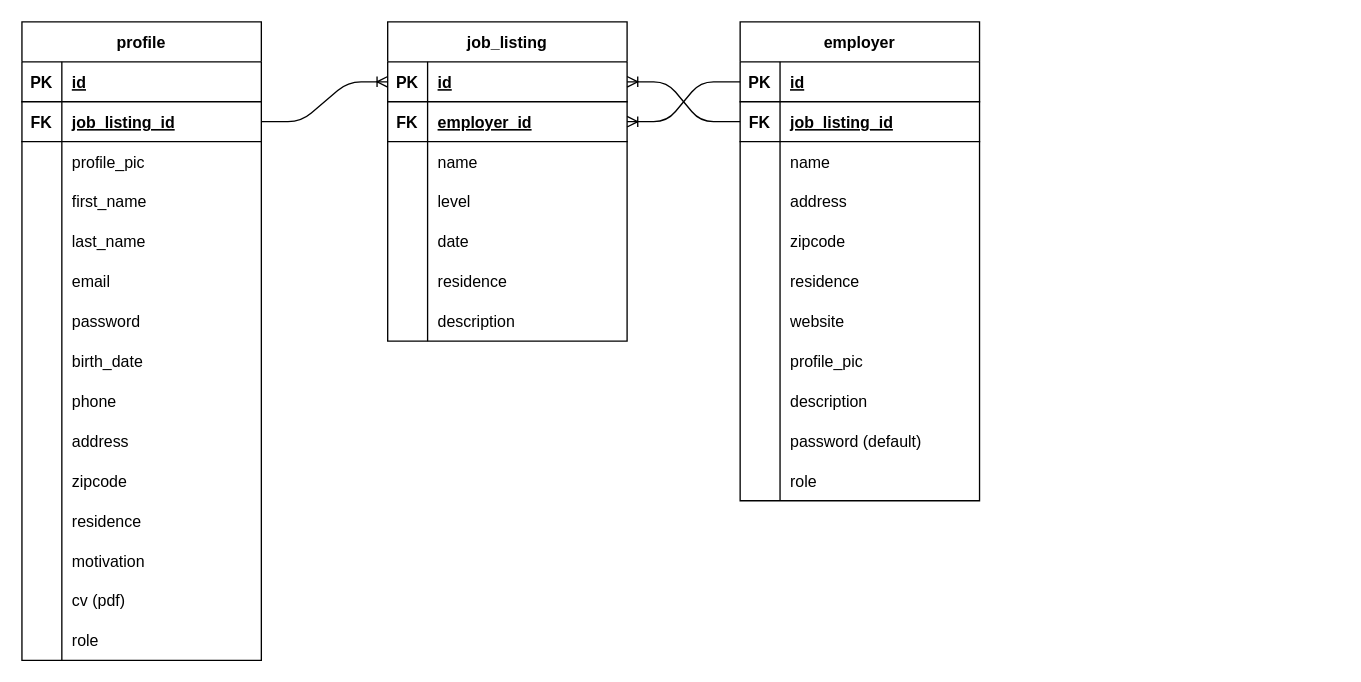
vincentlemstra/VacIT keeps this draw.io diagram as assets/data/ERD.drawio. Above is the earlier version. Source tidied: cells renumbered, new cells numbered last; positions are measured from the earlier drawing's top-left corner, leaving out a move shared by most shapes. Both pictures are drawn from the tidied source at 133%, with x=0, y=0 at pixel (21, 21).
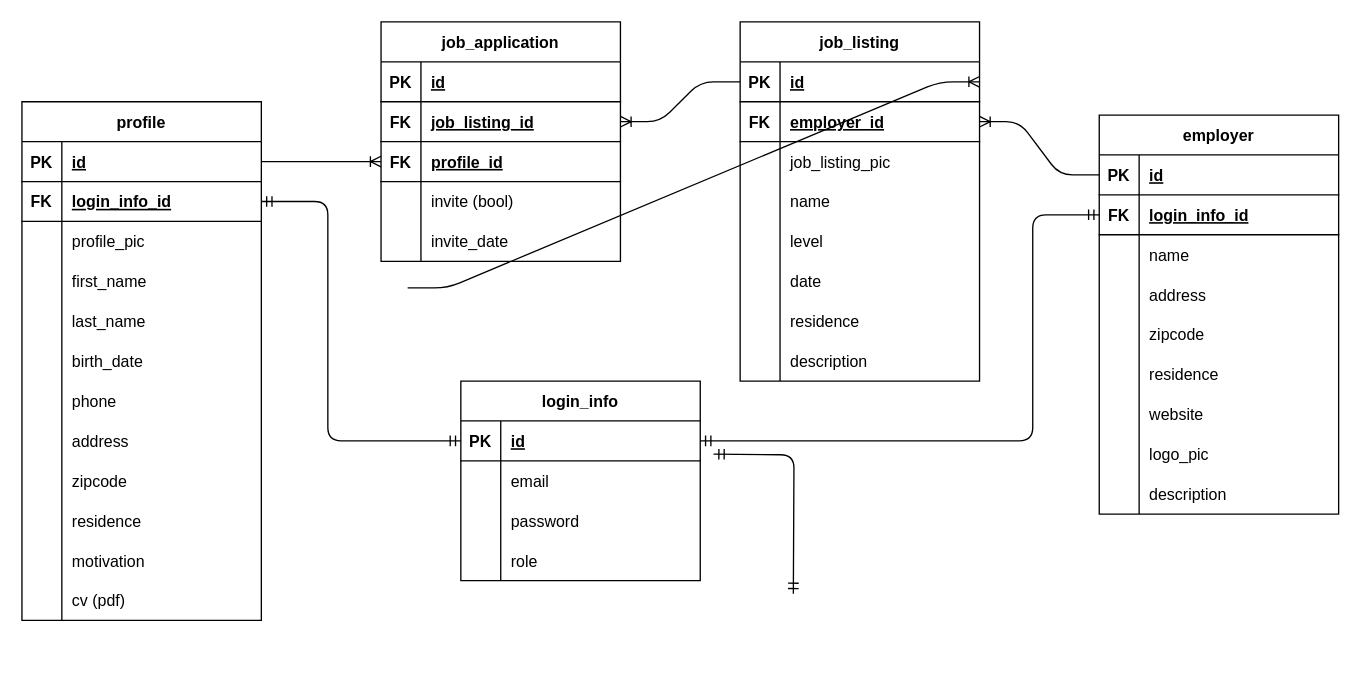
Above is the later version.

The change refers to these unchanged cells:
```xml
<mxCell id="3" style="shape=tableRow;horizontal=0;startSize=0;swimlaneHead=0;swimlaneBody=0;fillColor=none;points=[[0,0.5],[1,0.5]];portConstraint=eastwest;top=0;left=0;right=0;bottom=1;" parent="2" vertex="1">
  <mxGeometry y="30" width="180" height="30" as="geometry" />
</mxCell>
<mxCell id="70" style="shape=tableRow;horizontal=0;startSize=0;swimlaneHead=0;swimlaneBody=0;fillColor=none;top=0;left=0;right=0;bottom=0;" parent="48" vertex="1">
  <mxGeometry y="240" width="180" height="30" as="geometry" />
</mxCell>
<mxCell id="83" style="shape=tableRow;horizontal=0;startSize=0;swimlaneHead=0;swimlaneBody=0;fillColor=none;points=[[0,0.5],[1,0.5]];portConstraint=eastwest;top=0;left=0;right=0;bottom=1;" parent="82" vertex="1">
  <mxGeometry y="30" width="180" height="30" as="geometry" />
</mxCell>
<mxCell id="89" style="shape=tableRow;horizontal=0;startSize=0;swimlaneHead=0;swimlaneBody=0;fillColor=none;top=0;left=0;right=0;bottom=0;" parent="82" vertex="1">
  <mxGeometry y="90" width="180" height="30" as="geometry" />
</mxCell>
```

The edit, as a diff of the source:
```diff
@@
     <mxCell id="2" value="profile" style="shape=table;startSize=30;childLayout=tableLayout;rowLines=0;fontStyle=1;align=center;" parent="1" vertex="1">
-      <mxGeometry width="180" height="480" as="geometry" />
+      <mxGeometry y="60" width="180" height="390" as="geometry" />
     </mxCell>
@@
-    <mxCell id="6" style="shape=tableRow;horizontal=0;startSize=0;swimlaneHead=0;swimlaneBody=0;fillColor=none;points=[[0,0.5],[1,0.5]];portConstraint=eastwest;top=0;left=0;right=0;bottom=1;" parent="2" vertex="1">
-      <mxGeometry y="60" width="180" height="30" as="geometry" />
-    </mxCell>
-    <mxCell id="7" value="FK" style="shape=partialRectangle;fillColor=none;top=0;left=0;bottom=0;right=0;fontStyle=1;overflow=hidden;" parent="6" vertex="1">
-      <mxGeometry width="30" height="30" as="geometry" />
-    </mxCell>
-    <mxCell id="8" value="job_listing_id" style="shape=partialRectangle;fillColor=none;top=0;left=0;bottom=0;right=0;align=left;spacingLeft=6;fontStyle=5;overflow=hidden;" parent="6" vertex="1">
-      <mxGeometry x="30" width="150" height="30" as="geometry" />
-    </mxCell>
+    <mxCell id="107" style="shape=tableRow;horizontal=0;startSize=0;swimlaneHead=0;swimlaneBody=0;fillColor=none;points=[[0,0.5],[1,0.5]];portConstraint=eastwest;top=0;left=0;right=0;bottom=1;" parent="2" vertex="1">
+      <mxGeometry y="60" width="180" height="30" as="geometry" />
+    </mxCell>
+    <mxCell id="108" value="FK" style="shape=partialRectangle;fillColor=none;top=0;left=0;bottom=0;right=0;fontStyle=1;overflow=hidden;" parent="107" vertex="1">
+      <mxGeometry width="30" height="30" as="geometry" />
+    </mxCell>
+    <mxCell id="109" value="login_info_id" style="shape=partialRectangle;fillColor=none;top=0;left=0;bottom=0;right=0;align=left;spacingLeft=6;fontStyle=5;overflow=hidden;" parent="107" vertex="1">
+      <mxGeometry x="30" width="150" height="30" as="geometry" />
+    </mxCell>
@@
-    <mxCell id="18" style="shape=tableRow;horizontal=0;startSize=0;swimlaneHead=0;swimlaneBody=0;fillColor=none;top=0;left=0;right=0;bottom=0;" parent="2" vertex="1">
-      <mxGeometry y="180" width="180" height="30" as="geometry" />
-    </mxCell>
-    <mxCell id="19" style="shape=partialRectangle;fillColor=none;top=0;left=0;bottom=0;right=0;overflow=hidden;" parent="18" vertex="1">
-      <mxGeometry width="30" height="30" as="geometry" />
-    </mxCell>
-    <mxCell id="20" value="email" style="shape=partialRectangle;fillColor=none;top=0;left=0;bottom=0;right=0;align=left;spacingLeft=6;overflow=hidden;" parent="18" vertex="1">
-      <mxGeometry x="30" width="150" height="30" as="geometry" />
-    </mxCell>
-    <mxCell id="21" style="shape=tableRow;horizontal=0;startSize=0;swimlaneHead=0;swimlaneBody=0;fillColor=none;top=0;left=0;right=0;bottom=0;" parent="2" vertex="1">
-      <mxGeometry y="210" width="180" height="30" as="geometry" />
-    </mxCell>
-    <mxCell id="22" style="shape=partialRectangle;fillColor=none;top=0;left=0;bottom=0;right=0;overflow=hidden;" parent="21" vertex="1">
-      <mxGeometry width="30" height="30" as="geometry" />
-    </mxCell>
-    <mxCell id="23" value="password" style="shape=partialRectangle;fillColor=none;top=0;left=0;bottom=0;right=0;align=left;spacingLeft=6;overflow=hidden;" parent="21" vertex="1">
-      <mxGeometry x="30" width="150" height="30" as="geometry" />
-    </mxCell>
     <mxCell id="24" style="shape=tableRow;horizontal=0;startSize=0;swimlaneHead=0;swimlaneBody=0;fillColor=none;top=0;left=0;right=0;bottom=0;" parent="2" vertex="1">
-      <mxGeometry y="240" width="180" height="30" as="geometry" />
+      <mxGeometry y="180" width="180" height="30" as="geometry" />
     </mxCell>
@@
     <mxCell id="27" style="shape=tableRow;horizontal=0;startSize=0;swimlaneHead=0;swimlaneBody=0;fillColor=none;top=0;left=0;right=0;bottom=0;" parent="2" vertex="1">
-      <mxGeometry y="270" width="180" height="30" as="geometry" />
+      <mxGeometry y="210" width="180" height="30" as="geometry" />
     </mxCell>
@@
     <mxCell id="30" style="shape=tableRow;horizontal=0;startSize=0;swimlaneHead=0;swimlaneBody=0;fillColor=none;top=0;left=0;right=0;bottom=0;" parent="2" vertex="1">
-      <mxGeometry y="300" width="180" height="30" as="geometry" />
+      <mxGeometry y="240" width="180" height="30" as="geometry" />
     </mxCell>
@@
     <mxCell id="33" style="shape=tableRow;horizontal=0;startSize=0;swimlaneHead=0;swimlaneBody=0;fillColor=none;top=0;left=0;right=0;bottom=0;" parent="2" vertex="1">
-      <mxGeometry y="330" width="180" height="30" as="geometry" />
+      <mxGeometry y="270" width="180" height="30" as="geometry" />
     </mxCell>
@@
     <mxCell id="36" style="shape=tableRow;horizontal=0;startSize=0;swimlaneHead=0;swimlaneBody=0;fillColor=none;top=0;left=0;right=0;bottom=0;" parent="2" vertex="1">
-      <mxGeometry y="360" width="180" height="30" as="geometry" />
+      <mxGeometry y="300" width="180" height="30" as="geometry" />
     </mxCell>
@@
     <mxCell id="39" style="shape=tableRow;horizontal=0;startSize=0;swimlaneHead=0;swimlaneBody=0;fillColor=none;top=0;left=0;right=0;bottom=0;" parent="2" vertex="1">
-      <mxGeometry y="390" width="180" height="30" as="geometry" />
+      <mxGeometry y="330" width="180" height="30" as="geometry" />
     </mxCell>
@@
     <mxCell id="42" style="shape=tableRow;horizontal=0;startSize=0;swimlaneHead=0;swimlaneBody=0;fillColor=none;top=0;left=0;right=0;bottom=0;" parent="2" vertex="1">
-      <mxGeometry y="420" width="180" height="30" as="geometry" />
+      <mxGeometry y="360" width="180" height="30" as="geometry" />
     </mxCell>
@@
-    <mxCell id="45" style="shape=tableRow;horizontal=0;startSize=0;swimlaneHead=0;swimlaneBody=0;fillColor=none;top=0;left=0;right=0;bottom=0;" parent="2" vertex="1">
-      <mxGeometry y="450" width="180" height="30" as="geometry" />
-    </mxCell>
-    <mxCell id="46" style="shape=partialRectangle;fillColor=none;top=0;left=0;bottom=0;right=0;overflow=hidden;" parent="45" vertex="1">
-      <mxGeometry width="30" height="30" as="geometry" />
-    </mxCell>
-    <mxCell id="47" value="role" style="shape=partialRectangle;fillColor=none;top=0;left=0;bottom=0;right=0;align=left;spacingLeft=6;overflow=hidden;" parent="45" vertex="1">
-      <mxGeometry x="30" width="150" height="30" as="geometry" />
-    </mxCell>
     <mxCell id="48" value="employer" style="shape=table;startSize=30;childLayout=tableLayout;rowLines=0;fontStyle=1;align=center;" parent="1" vertex="1">
-      <mxGeometry x="540" width="180" height="360" as="geometry" />
+      <mxGeometry x="810" y="70" width="180" height="300" as="geometry" />
     </mxCell>
@@
-    <mxCell id="52" style="shape=tableRow;horizontal=0;startSize=0;swimlaneHead=0;swimlaneBody=0;fillColor=none;points=[[0,0.5],[1,0.5]];portConstraint=eastwest;top=0;left=0;right=0;bottom=1;" parent="48" vertex="1">
-      <mxGeometry y="60" width="180" height="30" as="geometry" />
-    </mxCell>
-    <mxCell id="53" value="FK" style="shape=partialRectangle;fillColor=none;top=0;left=0;bottom=0;right=0;fontStyle=1;overflow=hidden;" parent="52" vertex="1">
-      <mxGeometry width="30" height="30" as="geometry" />
-    </mxCell>
-    <mxCell id="54" value="job_listing_id" style="shape=partialRectangle;fillColor=none;top=0;left=0;bottom=0;right=0;align=left;spacingLeft=6;fontStyle=5;overflow=hidden;" parent="52" vertex="1">
-      <mxGeometry x="30" width="150" height="30" as="geometry" />
-    </mxCell>
+    <mxCell id="110" style="shape=tableRow;horizontal=0;startSize=0;swimlaneHead=0;swimlaneBody=0;fillColor=none;points=[[0,0.5],[1,0.5]];portConstraint=eastwest;top=0;left=0;right=0;bottom=1;" parent="48" vertex="1">
+      <mxGeometry y="60" width="180" height="30" as="geometry" />
+    </mxCell>
+    <mxCell id="111" value="FK" style="shape=partialRectangle;fillColor=none;top=0;left=0;bottom=0;right=0;fontStyle=1;overflow=hidden;" parent="110" vertex="1">
+      <mxGeometry width="30" height="30" as="geometry" />
+    </mxCell>
+    <mxCell id="112" value="login_info_id" style="shape=partialRectangle;fillColor=none;top=0;left=0;bottom=0;right=0;align=left;spacingLeft=6;fontStyle=5;overflow=hidden;" parent="110" vertex="1">
+      <mxGeometry x="30" width="150" height="30" as="geometry" />
+    </mxCell>
@@
-    <mxCell id="72" value="profile_pic" style="shape=partialRectangle;fillColor=none;top=0;left=0;bottom=0;right=0;align=left;spacingLeft=6;overflow=hidden;" parent="70" vertex="1">
+    <mxCell id="72" value="logo_pic" style="shape=partialRectangle;fillColor=none;top=0;left=0;bottom=0;right=0;align=left;spacingLeft=6;overflow=hidden;" parent="70" vertex="1">
       <mxGeometry x="30" width="150" height="30" as="geometry" />
     </mxCell>
@@
-    <mxCell id="76" style="shape=tableRow;horizontal=0;startSize=0;swimlaneHead=0;swimlaneBody=0;fillColor=none;top=0;left=0;right=0;bottom=0;" parent="48" vertex="1">
-      <mxGeometry y="300" width="180" height="30" as="geometry" />
-    </mxCell>
-    <mxCell id="77" style="shape=partialRectangle;fillColor=none;top=0;left=0;bottom=0;right=0;overflow=hidden;" parent="76" vertex="1">
-      <mxGeometry width="30" height="30" as="geometry" />
-    </mxCell>
-    <mxCell id="78" value="password (default)" style="shape=partialRectangle;fillColor=none;top=0;left=0;bottom=0;right=0;align=left;spacingLeft=6;overflow=hidden;" parent="76" vertex="1">
-      <mxGeometry x="30" width="150" height="30" as="geometry" />
-    </mxCell>
-    <mxCell id="79" style="shape=tableRow;horizontal=0;startSize=0;swimlaneHead=0;swimlaneBody=0;fillColor=none;top=0;left=0;right=0;bottom=0;" parent="48" vertex="1">
-      <mxGeometry y="330" width="180" height="30" as="geometry" />
-    </mxCell>
-    <mxCell id="80" style="shape=partialRectangle;fillColor=none;top=0;left=0;bottom=0;right=0;overflow=hidden;" parent="79" vertex="1">
-      <mxGeometry width="30" height="30" as="geometry" />
-    </mxCell>
-    <mxCell id="81" value="role" style="shape=partialRectangle;fillColor=none;top=0;left=0;bottom=0;right=0;align=left;spacingLeft=6;overflow=hidden;" parent="79" vertex="1">
-      <mxGeometry x="30" width="150" height="30" as="geometry" />
-    </mxCell>
     <mxCell id="82" value="job_listing" style="shape=table;startSize=30;childLayout=tableLayout;rowLines=0;fontStyle=1;align=center;" parent="1" vertex="1">
-      <mxGeometry x="275" width="180" height="240" as="geometry" />
+      <mxGeometry x="540" width="180" height="270" as="geometry" />
     </mxCell>
@@
-    <mxCell id="91" value="name" style="shape=partialRectangle;fillColor=none;top=0;left=0;bottom=0;right=0;align=left;spacingLeft=6;overflow=hidden;" parent="89" vertex="1">
+    <mxCell id="91" value="job_listing_pic" style="shape=partialRectangle;fillColor=none;top=0;left=0;bottom=0;right=0;align=left;spacingLeft=6;overflow=hidden;" parent="89" vertex="1">
       <mxGeometry x="30" width="150" height="30" as="geometry" />
     </mxCell>
+    <mxCell id="113" style="shape=tableRow;horizontal=0;startSize=0;swimlaneHead=0;swimlaneBody=0;fillColor=none;top=0;left=0;right=0;bottom=0;" parent="82" vertex="1">
+      <mxGeometry y="120" width="180" height="30" as="geometry" />
+    </mxCell>
+    <mxCell id="114" style="shape=partialRectangle;fillColor=none;top=0;left=0;bottom=0;right=0;overflow=hidden;" parent="113" vertex="1">
+      <mxGeometry width="30" height="30" as="geometry" />
+    </mxCell>
+    <mxCell id="115" value="name" style="shape=partialRectangle;fillColor=none;top=0;left=0;bottom=0;right=0;align=left;spacingLeft=6;overflow=hidden;" parent="113" vertex="1">
+      <mxGeometry x="30" width="150" height="30" as="geometry" />
+    </mxCell>
     <mxCell id="92" style="shape=tableRow;horizontal=0;startSize=0;swimlaneHead=0;swimlaneBody=0;fillColor=none;top=0;left=0;right=0;bottom=0;" parent="82" vertex="1">
-      <mxGeometry y="120" width="180" height="30" as="geometry" />
+      <mxGeometry y="150" width="180" height="30" as="geometry" />
     </mxCell>
@@
     <mxCell id="95" style="shape=tableRow;horizontal=0;startSize=0;swimlaneHead=0;swimlaneBody=0;fillColor=none;top=0;left=0;right=0;bottom=0;" parent="82" vertex="1">
-      <mxGeometry y="150" width="180" height="30" as="geometry" />
+      <mxGeometry y="180" width="180" height="30" as="geometry" />
     </mxCell>
@@
     <mxCell id="98" style="shape=tableRow;horizontal=0;startSize=0;swimlaneHead=0;swimlaneBody=0;fillColor=none;top=0;left=0;right=0;bottom=0;" parent="82" vertex="1">
-      <mxGeometry y="180" width="180" height="30" as="geometry" />
+      <mxGeometry y="210" width="180" height="30" as="geometry" />
     </mxCell>
@@
     <mxCell id="101" style="shape=tableRow;horizontal=0;startSize=0;swimlaneHead=0;swimlaneBody=0;fillColor=none;top=0;left=0;right=0;bottom=0;" parent="82" vertex="1">
-      <mxGeometry y="210" width="180" height="30" as="geometry" />
+      <mxGeometry y="240" width="180" height="30" as="geometry" />
     </mxCell>
@@
-    <mxCell id="104" style="edgeStyle=entityRelationEdgeStyle;fontSize=12;html=1;endArrow=ERoneToMany;exitX=1;exitY=0.5;exitDx=0;exitDy=0;entryX=0;entryY=0.5;entryDx=0;entryDy=0;" parent="1" edge="1" source="6" target="83">
-      <mxGeometry relative="1" as="geometry" />
-    </mxCell>
-    <mxCell id="105" style="edgeStyle=entityRelationEdgeStyle;fontSize=12;html=1;endArrow=ERoneToMany;exitX=0;exitY=0.5;exitDx=0;exitDy=0;entryX=1;entryY=0.5;entryDx=0;entryDy=0;" parent="1" edge="1" source="52" target="83">
-      <mxGeometry relative="1" as="geometry" />
+    <mxCell id="105" style="edgeStyle=entityRelationEdgeStyle;fontSize=12;html=1;endArrow=ERoneToMany;exitX=0;exitY=0.5;exitDx=0;exitDy=0;entryX=1;entryY=0.5;entryDx=0;entryDy=0;" parent="1" edge="1" target="83">
+      <mxGeometry relative="1" as="geometry">
+        <mxPoint x="290" y="200" as="sourcePoint" />
+      </mxGeometry>
     </mxCell>
@@
+    <mxCell id="116" value="job_application" style="shape=table;startSize=30;childLayout=tableLayout;rowLines=0;fontStyle=1;align=center;" parent="1" vertex="1">
+      <mxGeometry x="270" width="180" height="180" as="geometry" />
+    </mxCell>
+    <mxCell id="117" style="shape=tableRow;horizontal=0;startSize=0;swimlaneHead=0;swimlaneBody=0;fillColor=none;top=0;left=0;right=0;bottom=1;" parent="116" vertex="1">
+      <mxGeometry y="30" width="180" height="30" as="geometry" />
+    </mxCell>
+    <mxCell id="118" value="PK" style="shape=partialRectangle;fillColor=none;top=0;left=0;bottom=0;right=0;fontStyle=1;overflow=hidden;" parent="117" vertex="1">
+      <mxGeometry width="30" height="30" as="geometry" />
+    </mxCell>
+    <mxCell id="119" value="id" style="shape=partialRectangle;fillColor=none;top=0;left=0;bottom=0;right=0;align=left;spacingLeft=6;fontStyle=5;overflow=hidden;" parent="117" vertex="1">
+      <mxGeometry x="30" width="150" height="30" as="geometry" />
+    </mxCell>
+    <mxCell id="120" style="shape=tableRow;horizontal=0;startSize=0;swimlaneHead=0;swimlaneBody=0;fillColor=none;points=[[0,0.5],[1,0.5]];portConstraint=eastwest;top=0;left=0;right=0;bottom=1;" parent="116" vertex="1">
+      <mxGeometry y="60" width="180" height="30" as="geometry" />
+    </mxCell>
+    <mxCell id="121" value="FK" style="shape=partialRectangle;fillColor=none;top=0;left=0;bottom=0;right=0;fontStyle=1;overflow=hidden;" parent="120" vertex="1">
+      <mxGeometry width="30" height="30" as="geometry" />
+    </mxCell>
+    <mxCell id="122" value="job_listing_id" style="shape=partialRectangle;fillColor=none;top=0;left=0;bottom=0;right=0;align=left;spacingLeft=6;fontStyle=5;overflow=hidden;" parent="120" vertex="1">
+      <mxGeometry x="30" width="150" height="30" as="geometry" />
+    </mxCell>
+    <mxCell id="123" style="shape=tableRow;horizontal=0;startSize=0;swimlaneHead=0;swimlaneBody=0;fillColor=none;points=[[0,0.5],[1,0.5]];portConstraint=eastwest;top=0;left=0;right=0;bottom=1;" parent="116" vertex="1">
+      <mxGeometry y="90" width="180" height="30" as="geometry" />
+    </mxCell>
+    <mxCell id="124" value="FK" style="shape=partialRectangle;fillColor=none;top=0;left=0;bottom=0;right=0;fontStyle=1;overflow=hidden;" parent="123" vertex="1">
+      <mxGeometry width="30" height="30" as="geometry" />
+    </mxCell>
+    <mxCell id="125" value="profile_id" style="shape=partialRectangle;fillColor=none;top=0;left=0;bottom=0;right=0;align=left;spacingLeft=6;fontStyle=5;overflow=hidden;" parent="123" vertex="1">
+      <mxGeometry x="30" width="150" height="30" as="geometry" />
+    </mxCell>
+    <mxCell id="126" style="shape=tableRow;horizontal=0;startSize=0;swimlaneHead=0;swimlaneBody=0;fillColor=none;top=0;left=0;right=0;bottom=0;" parent="116" vertex="1">
+      <mxGeometry y="120" width="180" height="30" as="geometry" />
+    </mxCell>
+    <mxCell id="127" style="shape=partialRectangle;fillColor=none;top=0;left=0;bottom=0;right=0;overflow=hidden;" parent="126" vertex="1">
+      <mxGeometry width="30" height="30" as="geometry" />
+    </mxCell>
+    <mxCell id="128" value="invite (bool)" style="shape=partialRectangle;fillColor=none;top=0;left=0;bottom=0;right=0;align=left;spacingLeft=6;overflow=hidden;" parent="126" vertex="1">
+      <mxGeometry x="30" width="150" height="30" as="geometry" />
+    </mxCell>
+    <mxCell id="129" style="shape=tableRow;horizontal=0;startSize=0;swimlaneHead=0;swimlaneBody=0;fillColor=none;top=0;left=0;right=0;bottom=0;" parent="116" vertex="1">
+      <mxGeometry y="150" width="180" height="30" as="geometry" />
+    </mxCell>
+    <mxCell id="130" style="shape=partialRectangle;fillColor=none;top=0;left=0;bottom=0;right=0;overflow=hidden;" parent="129" vertex="1">
+      <mxGeometry width="30" height="30" as="geometry" />
+    </mxCell>
+    <mxCell id="131" value="invite_date" style="shape=partialRectangle;fillColor=none;top=0;left=0;bottom=0;right=0;align=left;spacingLeft=6;overflow=hidden;" parent="129" vertex="1">
+      <mxGeometry x="30" width="150" height="30" as="geometry" />
+    </mxCell>
+    <mxCell id="132" style="edgeStyle=entityRelationEdgeStyle;fontSize=12;html=1;endArrow=ERoneToMany;exitX=1;exitY=0.5;exitDx=0;exitDy=0;entryX=0;entryY=0.5;entryDx=0;entryDy=0;" parent="1" edge="1" source="3" target="123">
+      <mxGeometry relative="1" as="geometry" />
+    </mxCell>
+    <mxCell id="133" style="edgeStyle=entityRelationEdgeStyle;fontSize=12;html=1;endArrow=ERoneToMany;exitX=0;exitY=0.5;exitDx=0;exitDy=0;entryX=1;entryY=0.5;entryDx=0;entryDy=0;" parent="1" edge="1" source="83" target="120">
+      <mxGeometry relative="1" as="geometry" />
+    </mxCell>
+    <mxCell id="134" value="login_info" style="shape=table;startSize=30;childLayout=tableLayout;rowLines=0;fontStyle=1;align=center;" parent="1" vertex="1">
+      <mxGeometry x="330" y="270" width="180" height="150" as="geometry" />
+    </mxCell>
+    <mxCell id="135" style="shape=tableRow;horizontal=0;startSize=0;swimlaneHead=0;swimlaneBody=0;fillColor=none;points=[[0,0.5],[1,0.5]];portConstraint=eastwest;top=0;left=0;right=0;bottom=1;" parent="134" vertex="1">
+      <mxGeometry y="30" width="180" height="30" as="geometry" />
+    </mxCell>
+    <mxCell id="136" value="PK" style="shape=partialRectangle;fillColor=none;top=0;left=0;bottom=0;right=0;fontStyle=1;overflow=hidden;" parent="135" vertex="1">
+      <mxGeometry width="30" height="30" as="geometry" />
+    </mxCell>
+    <mxCell id="137" value="id" style="shape=partialRectangle;fillColor=none;top=0;left=0;bottom=0;right=0;align=left;spacingLeft=6;fontStyle=5;overflow=hidden;" parent="135" vertex="1">
+      <mxGeometry x="30" width="150" height="30" as="geometry" />
+    </mxCell>
+    <mxCell id="138" style="shape=tableRow;horizontal=0;startSize=0;swimlaneHead=0;swimlaneBody=0;fillColor=none;top=0;left=0;right=0;bottom=0;" parent="134" vertex="1">
+      <mxGeometry y="60" width="180" height="30" as="geometry" />
+    </mxCell>
+    <mxCell id="139" style="shape=partialRectangle;fillColor=none;top=0;left=0;bottom=0;right=0;overflow=hidden;" parent="138" vertex="1">
+      <mxGeometry width="30" height="30" as="geometry" />
+    </mxCell>
+    <mxCell id="20" value="email" style="shape=partialRectangle;fillColor=none;top=0;left=0;bottom=0;right=0;align=left;spacingLeft=6;overflow=hidden;" parent="138" vertex="1">
+      <mxGeometry x="30" width="150" height="30" as="geometry" />
+    </mxCell>
+    <mxCell id="140" style="shape=tableRow;horizontal=0;startSize=0;swimlaneHead=0;swimlaneBody=0;fillColor=none;top=0;left=0;right=0;bottom=0;" parent="134" vertex="1">
+      <mxGeometry y="90" width="180" height="30" as="geometry" />
+    </mxCell>
+    <mxCell id="141" style="shape=partialRectangle;fillColor=none;top=0;left=0;bottom=0;right=0;overflow=hidden;" parent="140" vertex="1">
+      <mxGeometry width="30" height="30" as="geometry" />
+    </mxCell>
+    <mxCell id="23" value="password" style="shape=partialRectangle;fillColor=none;top=0;left=0;bottom=0;right=0;align=left;spacingLeft=6;overflow=hidden;" parent="140" vertex="1">
+      <mxGeometry x="30" width="150" height="30" as="geometry" />
+    </mxCell>
+    <mxCell id="142" style="shape=tableRow;horizontal=0;startSize=0;swimlaneHead=0;swimlaneBody=0;fillColor=none;top=0;left=0;right=0;bottom=0;" parent="134" vertex="1">
+      <mxGeometry y="120" width="180" height="30" as="geometry" />
+    </mxCell>
+    <mxCell id="143" style="shape=partialRectangle;fillColor=none;top=0;left=0;bottom=0;right=0;overflow=hidden;" parent="142" vertex="1">
+      <mxGeometry width="30" height="30" as="geometry" />
+    </mxCell>
+    <mxCell id="144" value="role" style="shape=partialRectangle;fillColor=none;top=0;left=0;bottom=0;right=0;align=left;spacingLeft=6;overflow=hidden;" parent="142" vertex="1">
+      <mxGeometry x="30" width="150" height="30" as="geometry" />
+    </mxCell>
+    <mxCell id="145" style="edgeStyle=orthogonalEdgeStyle;fontSize=12;html=1;endArrow=ERmandOne;startArrow=ERmandOne;exitX=1;exitY=0.5;exitDx=0;exitDy=0;entryX=0;entryY=0.5;entryDx=0;entryDy=0;" parent="1" edge="1" source="107" target="135">
+      <mxGeometry relative="1" as="geometry">
+        <Array as="points">
+          <mxPoint x="230" y="135" />
+          <mxPoint x="230" y="315" />
+        </Array>
+      </mxGeometry>
+    </mxCell>
+    <mxCell id="146" style="edgeStyle=orthogonalEdgeStyle;fontSize=12;html=1;endArrow=ERmandOne;startArrow=ERmandOne;entryX=0;entryY=0.5;entryDx=0;entryDy=0;exitX=1;exitY=0.5;exitDx=0;exitDy=0;" parent="1" edge="1" source="135" target="110">
+      <mxGeometry relative="1" as="geometry">
+        <Array as="points">
+          <mxPoint x="760" y="315" />
+          <mxPoint x="760" y="145" />
+        </Array>
+      </mxGeometry>
+    </mxCell>
+    <mxCell id="147" style="edgeStyle=orthogonalEdgeStyle;fontSize=12;html=1;endArrow=ERmandOne;startArrow=ERmandOne;entryX=0;entryY=0.5;entryDx=0;entryDy=0;exitX=1;exitY=0.5;exitDx=0;exitDy=0;" parent="1" edge="1">
+      <mxGeometry relative="1" as="geometry">
+        <mxPoint x="520" y="325" as="sourcePoint" />
+        <mxPoint x="580" y="430" as="targetPoint" />
+      </mxGeometry>
+    </mxCell>
```
